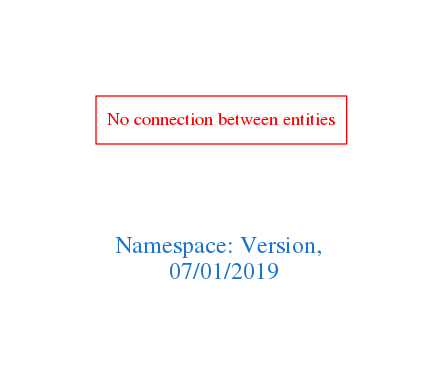
This is downloads/Version.png from arago/OGIT, a Graphviz export, as it was before one commit. Its source is kept beside it as downloads/Version.dot.
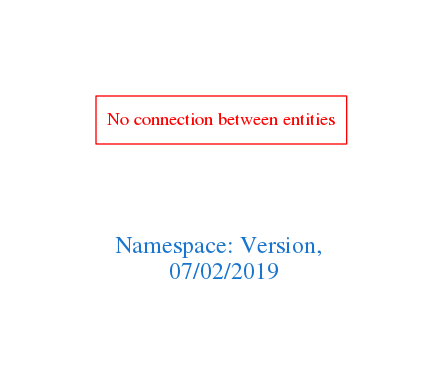
The same file after the commit.

Change to the diagram source:
```diff
@@ -1,7 +1,7 @@
 digraph OGIT_ontology {
  graph [ rankdir= LR,pad=1
 fontsize = 18,
-fontcolor= dodgerblue3,label = "\n\n\nNamespace: Version, \n 07/01/2019"];
+fontcolor= dodgerblue3,label = "\n\n\nNamespace: Version, \n 07/02/2019"];
 node[shape=polygon];
 edge [  color="gray81"];
 
```
